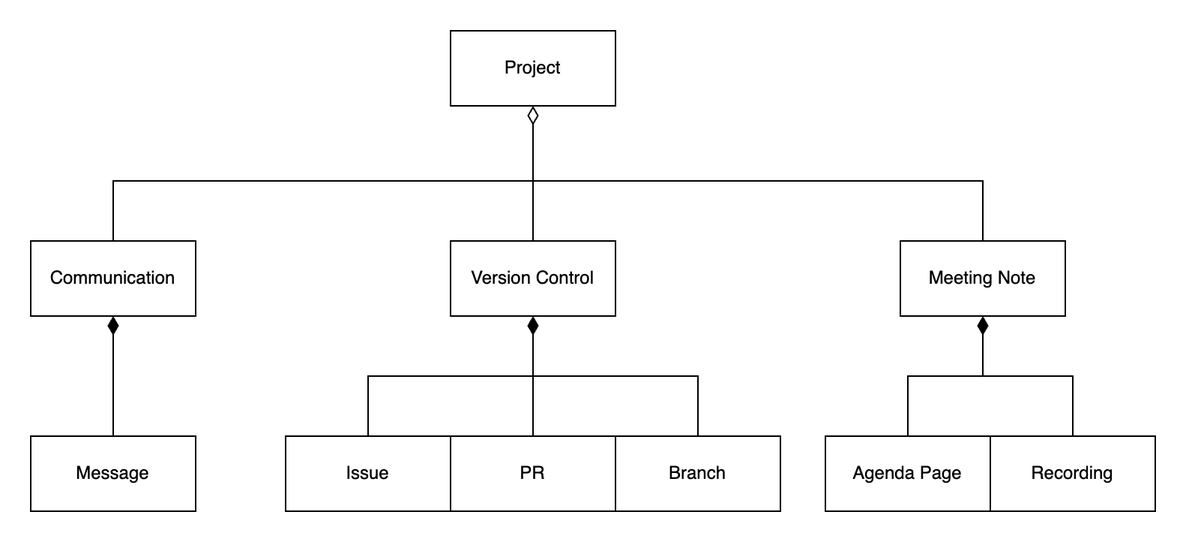
Above: docs/aom.drawio.png in AET-DevOps25/team-scrumbags (draw.io), before the change. Source tidied: cells renumbered, new cells last; positions are measured from the earlier drawing's top-left corner, leaving out a move shared by most shapes.
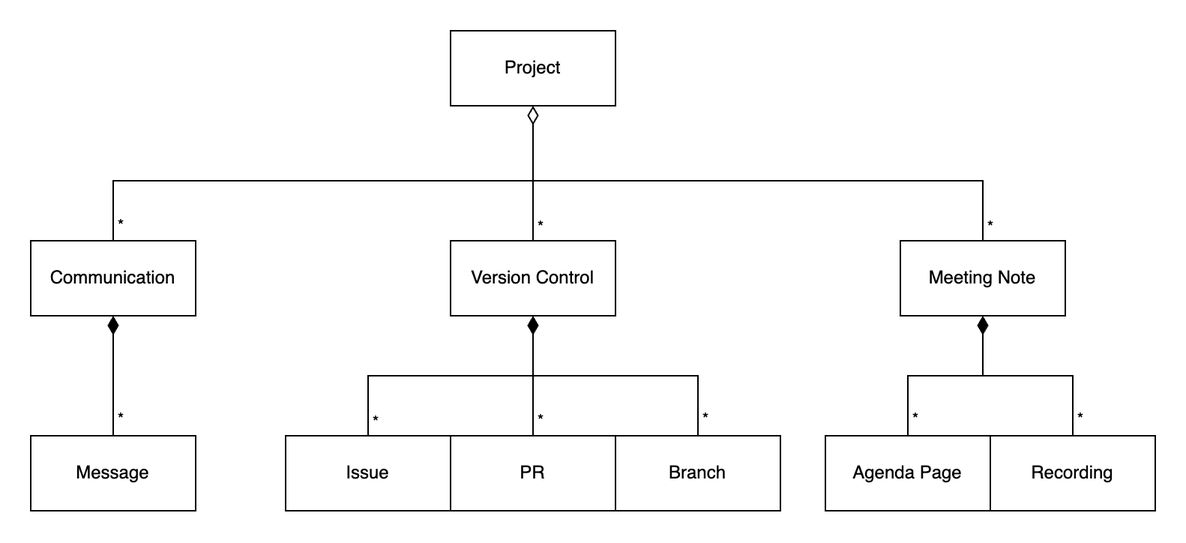
Above is the later version.

Change to the diagram source:
```diff
@@ -13,12 +13,22 @@
         </Array>
       </mxGeometry>
     </mxCell>
+    <mxCell id="21" value="*" style="edgeLabel;html=1;align=center;verticalAlign=middle;" parent="3" vertex="1">
+      <mxGeometry x="-0.95" y="1" relative="1" as="geometry">
+        <mxPoint x="6" as="offset" />
+      </mxGeometry>
+    </mxCell>
     <mxCell id="4" value="Communication" style="html=1;whiteSpace=wrap;" parent="1" vertex="1">
       <mxGeometry y="140" width="110" height="50" as="geometry" />
     </mxCell>
     <mxCell id="5" style="edgeStyle=orthogonalEdgeStyle;rounded=0;jettySize=auto;html=1;endArrow=diamondThin;endFill=0;endSize=10;" parent="1" edge="1" source="6" target="2">
       <mxGeometry relative="1" as="geometry" />
     </mxCell>
+    <mxCell id="22" value="*" style="edgeLabel;html=1;align=center;verticalAlign=middle;" parent="5" vertex="1">
+      <mxGeometry x="-0.79" relative="1" as="geometry">
+        <mxPoint x="5" as="offset" />
+      </mxGeometry>
+    </mxCell>
     <mxCell id="6" value="Version Control" style="html=1;whiteSpace=wrap;" parent="1" vertex="1">
       <mxGeometry x="280" y="140" width="110" height="50" as="geometry" />
     </mxCell>
@@ -30,42 +40,77 @@
         </Array>
       </mxGeometry>
     </mxCell>
+    <mxCell id="23" value="*" style="edgeLabel;html=1;align=center;verticalAlign=middle;" parent="7" vertex="1">
+      <mxGeometry x="-0.92" y="-1" relative="1" as="geometry">
+        <mxPoint x="4" y="5" as="offset" />
+      </mxGeometry>
+    </mxCell>
     <mxCell id="8" value="Meeting Note" style="html=1;whiteSpace=wrap;" parent="1" vertex="1">
       <mxGeometry x="580" y="140" width="110" height="50" as="geometry" />
     </mxCell>
     <mxCell id="9" style="edgeStyle=orthogonalEdgeStyle;rounded=0;jettySize=auto;html=1;endArrow=diamondThin;endFill=1;endSize=10;" parent="1" edge="1" source="10" target="8">
       <mxGeometry relative="1" as="geometry" />
     </mxCell>
+    <mxCell id="24" value="*" style="edgeLabel;html=1;align=center;verticalAlign=middle;" parent="9" vertex="1">
+      <mxGeometry x="-0.84" y="1" relative="1" as="geometry">
+        <mxPoint x="6" as="offset" />
+      </mxGeometry>
+    </mxCell>
     <mxCell id="10" value="Recording" style="html=1;whiteSpace=wrap;" parent="1" vertex="1">
       <mxGeometry x="640" y="270" width="110" height="50" as="geometry" />
     </mxCell>
     <mxCell id="11" style="edgeStyle=orthogonalEdgeStyle;rounded=0;jettySize=auto;html=1;endArrow=diamondThin;endFill=1;endSize=10;" parent="1" edge="1" source="12" target="8">
       <mxGeometry relative="1" as="geometry" />
     </mxCell>
+    <mxCell id="25" value="*" style="edgeLabel;html=1;align=center;verticalAlign=middle;" parent="11" vertex="1">
+      <mxGeometry x="-0.82" relative="1" as="geometry">
+        <mxPoint x="5" as="offset" />
+      </mxGeometry>
+    </mxCell>
     <mxCell id="12" value="Agenda Page" style="html=1;whiteSpace=wrap;" parent="1" vertex="1">
       <mxGeometry x="530" y="270" width="110" height="50" as="geometry" />
     </mxCell>
     <mxCell id="13" style="edgeStyle=orthogonalEdgeStyle;rounded=0;jettySize=auto;html=1;endArrow=diamondThin;endFill=1;endSize=10;" parent="1" edge="1" source="14" target="6">
       <mxGeometry relative="1" as="geometry" />
     </mxCell>
+    <mxCell id="26" value="*" style="edgeLabel;html=1;align=center;verticalAlign=middle;" parent="13" vertex="1">
+      <mxGeometry x="-0.88" y="-1" relative="1" as="geometry">
+        <mxPoint x="4" as="offset" />
+      </mxGeometry>
+    </mxCell>
     <mxCell id="14" value="Branch" style="html=1;whiteSpace=wrap;" parent="1" vertex="1">
       <mxGeometry x="390" y="270" width="110" height="50" as="geometry" />
     </mxCell>
     <mxCell id="15" style="edgeStyle=orthogonalEdgeStyle;rounded=0;jettySize=auto;html=1;endSize=10;endArrow=diamondThin;endFill=1;" parent="1" edge="1" source="16" target="6">
       <mxGeometry relative="1" as="geometry" />
     </mxCell>
+    <mxCell id="27" value="*" style="edgeLabel;html=1;align=center;verticalAlign=middle;" parent="15" vertex="1">
+      <mxGeometry x="-0.74" y="1" relative="1" as="geometry">
+        <mxPoint x="6" as="offset" />
+      </mxGeometry>
+    </mxCell>
     <mxCell id="16" value="PR" style="html=1;whiteSpace=wrap;" parent="1" vertex="1">
       <mxGeometry x="280" y="270" width="110" height="50" as="geometry" />
     </mxCell>
     <mxCell id="17" style="edgeStyle=orthogonalEdgeStyle;rounded=0;jettySize=auto;html=1;endArrow=diamondThin;endFill=1;endSize=10;" parent="1" edge="1" source="18" target="6">
       <mxGeometry relative="1" as="geometry" />
     </mxCell>
+    <mxCell id="28" value="*" style="edgeLabel;html=1;align=center;verticalAlign=middle;" parent="17" vertex="1">
+      <mxGeometry x="-0.91" y="-1" relative="1" as="geometry">
+        <mxPoint x="4" as="offset" />
+      </mxGeometry>
+    </mxCell>
     <mxCell id="18" value="Issue" style="html=1;whiteSpace=wrap;" parent="1" vertex="1">
       <mxGeometry x="170" y="270" width="110" height="50" as="geometry" />
     </mxCell>
     <mxCell id="19" style="edgeStyle=orthogonalEdgeStyle;rounded=0;jettySize=auto;html=1;endArrow=diamondThin;endFill=1;endSize=10;" parent="1" edge="1" source="20" target="4">
       <mxGeometry relative="1" as="geometry" />
     </mxCell>
+    <mxCell id="29" value="*" style="edgeLabel;html=1;align=center;verticalAlign=middle;" parent="19" vertex="1">
+      <mxGeometry x="-0.71" y="-1" relative="1" as="geometry">
+        <mxPoint x="4" as="offset" />
+      </mxGeometry>
+    </mxCell>
     <mxCell id="20" value="Message" style="html=1;whiteSpace=wrap;" parent="1" vertex="1">
       <mxGeometry y="270" width="110" height="50" as="geometry" />
     </mxCell>
```
